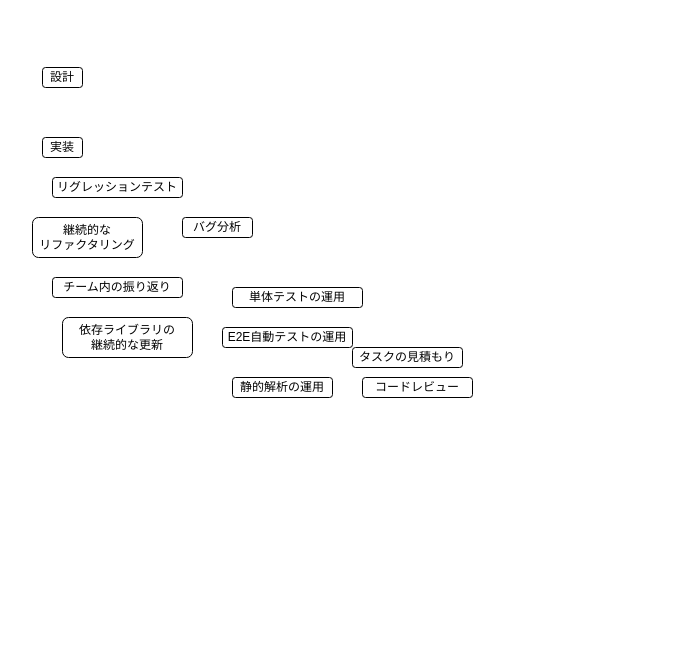
shotaIDE/zenn keeps this draw.io diagram as images/continuous-delivery-by-multinational-team/domain.drawio. Above is the earlier version. Source tidied: cells renumbered, new cells numbered last; positions are measured from the earlier drawing's top-left corner, leaving out a move shared by most shapes. Both pictures are drawn from the tidied source at 100%, with x=0, y=0 at pixel (32, 67).
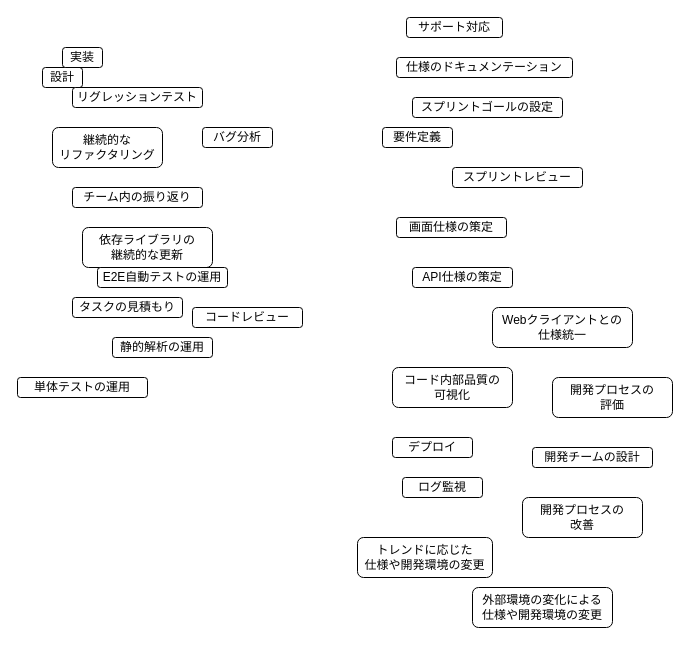
The same page after the edit.

Change to the diagram source:
```diff
@@
     <mxCell id="3" value="実装" style="rounded=1;whiteSpace=wrap;html=1;" parent="1" vertex="1">
-      <mxGeometry x="10" y="70" width="40" height="20" as="geometry" />
+      <mxGeometry x="30" y="-20" width="40" height="20" as="geometry" />
     </mxCell>
     <mxCell id="4" value="リグレッションテスト" style="rounded=1;whiteSpace=wrap;html=1;" parent="1" vertex="1">
-      <mxGeometry x="20" y="110" width="130" height="20" as="geometry" />
+      <mxGeometry x="40" y="20" width="130" height="20" as="geometry" />
     </mxCell>
     <mxCell id="5" value="継続的な&lt;br&gt;リファクタリング" style="rounded=1;whiteSpace=wrap;html=1;" parent="1" vertex="1">
-      <mxGeometry y="150" width="110" height="40" as="geometry" />
+      <mxGeometry x="20" y="60" width="110" height="40" as="geometry" />
     </mxCell>
     <mxCell id="6" value="バグ分析" style="rounded=1;whiteSpace=wrap;html=1;" parent="1" vertex="1">
-      <mxGeometry x="150" y="150" width="70" height="20" as="geometry" />
+      <mxGeometry x="170" y="60" width="70" height="20" as="geometry" />
     </mxCell>
     <mxCell id="7" value="チーム内の振り返り" style="rounded=1;whiteSpace=wrap;html=1;" parent="1" vertex="1">
-      <mxGeometry x="20" y="210" width="130" height="20" as="geometry" />
+      <mxGeometry x="40" y="120" width="130" height="20" as="geometry" />
     </mxCell>
     <mxCell id="8" value="依存ライブラリの&lt;br&gt;継続的な更新" style="rounded=1;whiteSpace=wrap;html=1;" parent="1" vertex="1">
-      <mxGeometry x="30" y="250" width="130" height="40" as="geometry" />
+      <mxGeometry x="50" y="160" width="130" height="40" as="geometry" />
     </mxCell>
     <mxCell id="9" value="単体テストの運用" style="rounded=1;whiteSpace=wrap;html=1;" parent="1" vertex="1">
-      <mxGeometry x="200" y="220" width="130" height="20" as="geometry" />
+      <mxGeometry x="-15" y="310" width="130" height="20" as="geometry" />
     </mxCell>
     <mxCell id="10" value="E2E自動テストの運用" style="rounded=1;whiteSpace=wrap;html=1;" parent="1" vertex="1">
-      <mxGeometry x="190" y="260" width="130" height="20" as="geometry" />
+      <mxGeometry x="65" y="200" width="130" height="20" as="geometry" />
     </mxCell>
     <mxCell id="11" value="静的解析の運用" style="rounded=1;whiteSpace=wrap;html=1;" parent="1" vertex="1">
-      <mxGeometry x="200" y="310" width="100" height="20" as="geometry" />
+      <mxGeometry x="80" y="270" width="100" height="20" as="geometry" />
     </mxCell>
     <mxCell id="12" value="タスクの見積もり" style="rounded=1;whiteSpace=wrap;html=1;" parent="1" vertex="1">
-      <mxGeometry x="320" y="280" width="110" height="20" as="geometry" />
+      <mxGeometry x="40" y="230" width="110" height="20" as="geometry" />
     </mxCell>
     <mxCell id="13" value="コードレビュー" style="rounded=1;whiteSpace=wrap;html=1;" parent="1" vertex="1">
-      <mxGeometry x="330" y="310" width="110" height="20" as="geometry" />
+      <mxGeometry x="160" y="240" width="110" height="20" as="geometry" />
     </mxCell>
+    <mxCell id="14" value="スプリントゴールの設定" style="rounded=1;whiteSpace=wrap;html=1;" parent="1" vertex="1">
+      <mxGeometry x="380" y="30" width="150" height="20" as="geometry" />
+    </mxCell>
+    <mxCell id="15" value="要件定義" style="rounded=1;whiteSpace=wrap;html=1;" parent="1" vertex="1">
+      <mxGeometry x="350" y="60" width="70" height="20" as="geometry" />
+    </mxCell>
+    <mxCell id="16" value="スプリントレビュー" style="rounded=1;whiteSpace=wrap;html=1;" parent="1" vertex="1">
+      <mxGeometry x="420" y="100" width="130" height="20" as="geometry" />
+    </mxCell>
+    <mxCell id="17" value="画面仕様の策定" style="rounded=1;whiteSpace=wrap;html=1;" parent="1" vertex="1">
+      <mxGeometry x="364" y="150" width="110" height="20" as="geometry" />
+    </mxCell>
+    <mxCell id="18" value="API仕様の策定" style="rounded=1;whiteSpace=wrap;html=1;" parent="1" vertex="1">
+      <mxGeometry x="380" y="200" width="100" height="20" as="geometry" />
+    </mxCell>
+    <mxCell id="19" value="Webクライアントとの&lt;br&gt;仕様統一" style="rounded=1;whiteSpace=wrap;html=1;" parent="1" vertex="1">
+      <mxGeometry x="460" y="240" width="140" height="40" as="geometry" />
+    </mxCell>
+    <mxCell id="20" value="コード内部品質の&lt;br&gt;可視化" style="rounded=1;whiteSpace=wrap;html=1;" parent="1" vertex="1">
+      <mxGeometry x="360" y="300" width="120" height="40" as="geometry" />
+    </mxCell>
+    <mxCell id="21" value="デプロイ" style="rounded=1;whiteSpace=wrap;html=1;" parent="1" vertex="1">
+      <mxGeometry x="360" y="370" width="80" height="20" as="geometry" />
+    </mxCell>
+    <mxCell id="22" value="ログ監視" style="rounded=1;whiteSpace=wrap;html=1;" parent="1" vertex="1">
+      <mxGeometry x="370" y="410" width="80" height="20" as="geometry" />
+    </mxCell>
+    <mxCell id="23" value="開発プロセスの&lt;br&gt;評価" style="rounded=1;whiteSpace=wrap;html=1;" parent="1" vertex="1">
+      <mxGeometry x="520" y="310" width="120" height="40" as="geometry" />
+    </mxCell>
+    <mxCell id="24" value="開発チームの設計" style="rounded=1;whiteSpace=wrap;html=1;" parent="1" vertex="1">
+      <mxGeometry x="500" y="380" width="120" height="20" as="geometry" />
+    </mxCell>
+    <mxCell id="25" value="仕様のドキュメンテーション" style="rounded=1;whiteSpace=wrap;html=1;" parent="1" vertex="1">
+      <mxGeometry x="364" y="-10" width="176" height="20" as="geometry" />
+    </mxCell>
+    <mxCell id="26" value="サポート対応" style="rounded=1;whiteSpace=wrap;html=1;" parent="1" vertex="1">
+      <mxGeometry x="374" y="-50" width="96" height="20" as="geometry" />
+    </mxCell>
+    <mxCell id="27" value="開発プロセスの&lt;br&gt;改善" style="rounded=1;whiteSpace=wrap;html=1;" parent="1" vertex="1">
+      <mxGeometry x="490" y="430" width="120" height="40" as="geometry" />
+    </mxCell>
+    <mxCell id="28" value="トレンドに応じた&lt;br&gt;仕様や開発環境の変更" style="rounded=1;whiteSpace=wrap;html=1;" parent="1" vertex="1">
+      <mxGeometry x="325" y="470" width="135" height="40" as="geometry" />
+    </mxCell>
+    <mxCell id="29" value="外部環境の変化による&lt;br&gt;仕様や開発環境の変更" style="rounded=1;whiteSpace=wrap;html=1;" parent="1" vertex="1">
+      <mxGeometry x="440" y="520" width="140" height="40" as="geometry" />
+    </mxCell>
```
